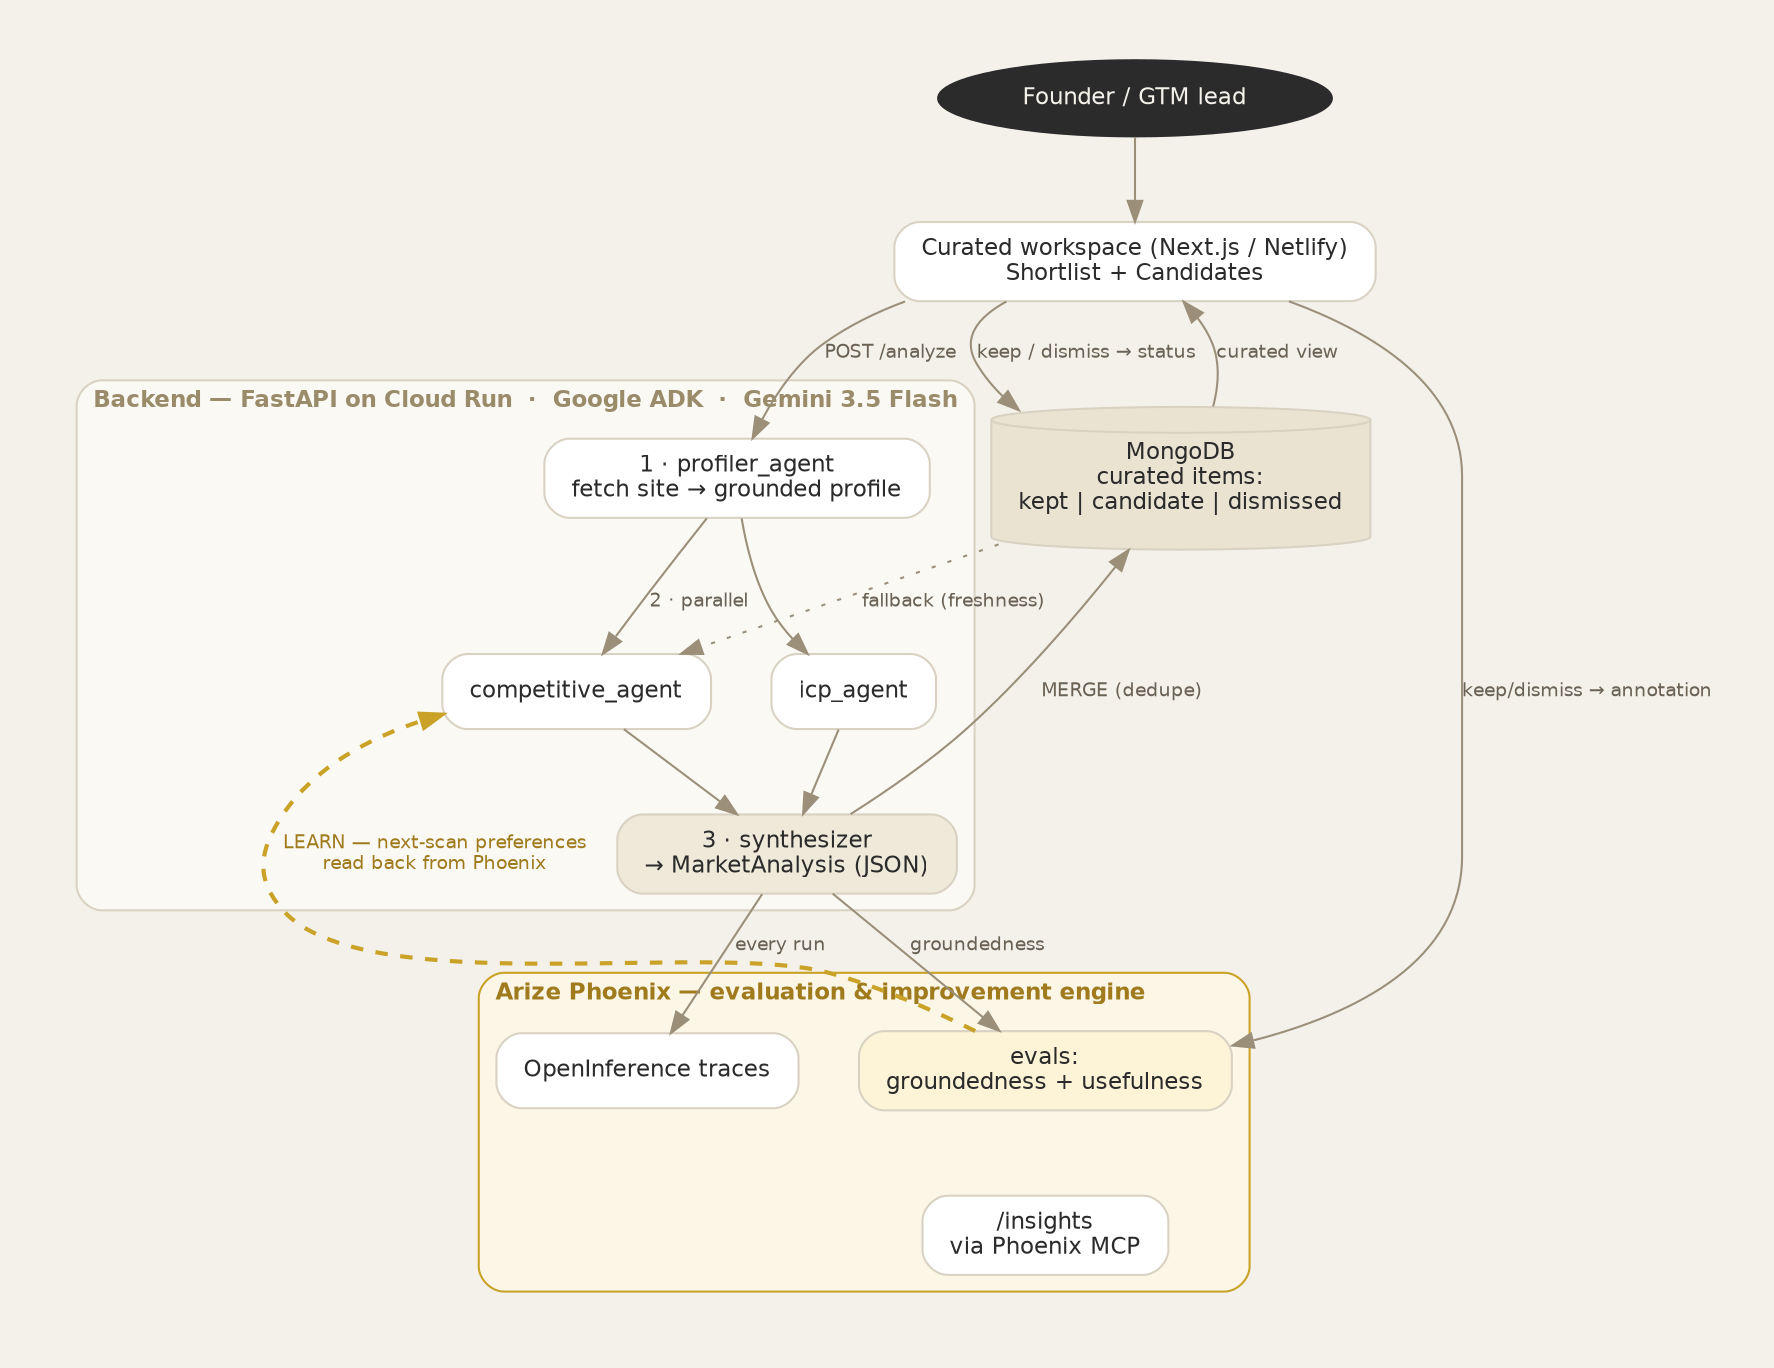
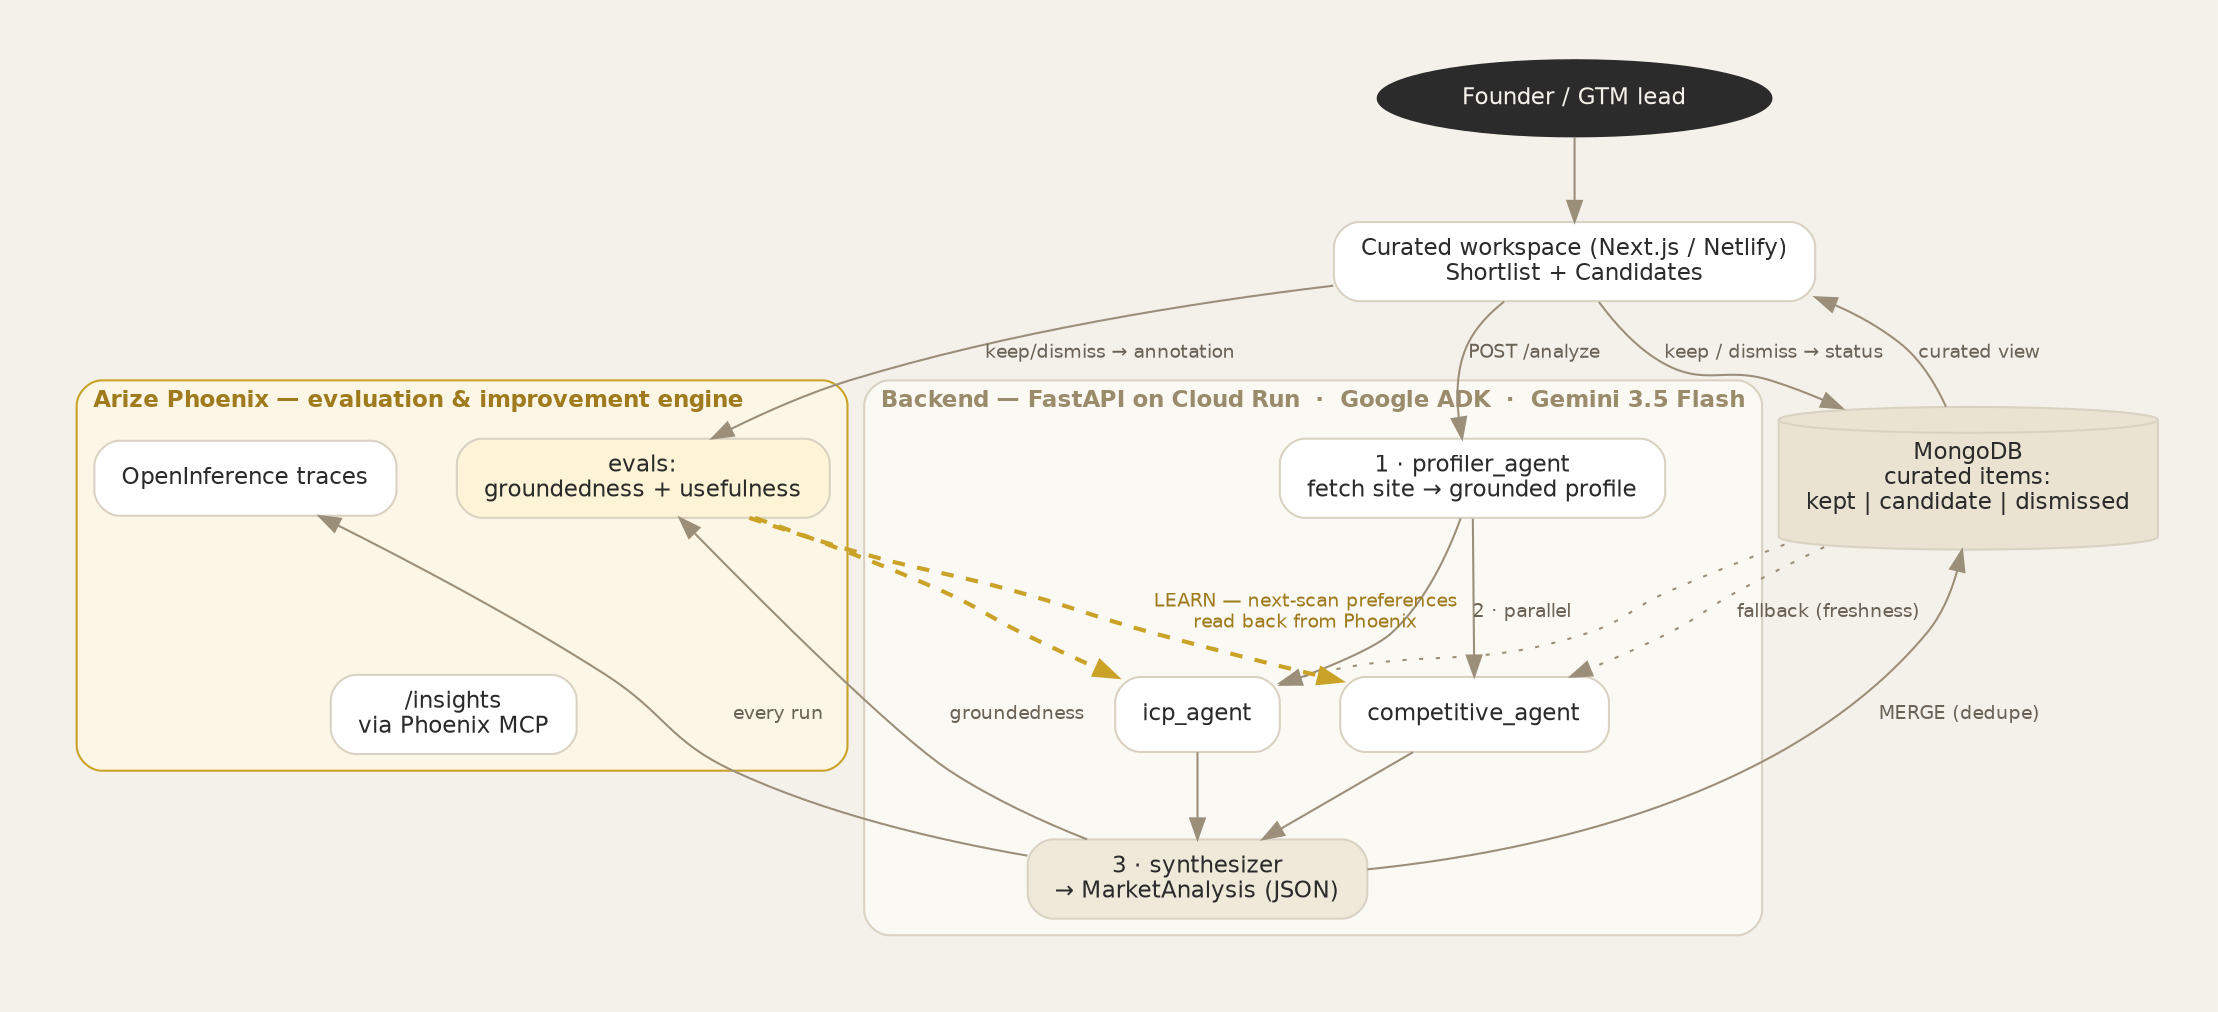
digraph architecture {
  rankdir=TB; fontname="Helvetica"; bgcolor="#f4f1ea"; pad=0.4; nodesep=0.4; ranksep=0.55;
  node [fontname="Helvetica", fontsize=11, shape=box, style="filled,rounded", color="#d9d2c3", fillcolor="white", fontcolor="#2b2b2b", margin="0.18,0.10"];
  edge [fontname="Helvetica", fontsize=9, color="#9b8f7a", fontcolor="#6b6256"];

  user [label="Founder / GTM lead", shape=oval, fillcolor="#2b2b2b", fontcolor="#f4f1ea", color="#2b2b2b"];

  subgraph cluster_be {
    label="Backend — FastAPI on Cloud Run  ·  Google ADK  ·  Gemini 3.5 Flash";
    labeljust="l"; fontname="Helvetica-Bold"; fontsize=11; fontcolor="#9a8c6a"; color="#d9d2c3"; style="rounded"; bgcolor="#fbf9f4";
    profiler [label="1 · profiler_agent\nfetch site → grounded profile"];
    competitive [label="competitive_agent"];
    icp [label="icp_agent"];
    synth [label="3 · synthesizer\n→ MarketAnalysis (JSON)", fillcolor="#efe9da"];
    profiler -> competitive [label="2 · parallel"];
    profiler -> icp;
    competitive -> synth; icp -> synth;
  }

  ws [label="Curated workspace (Next.js / Netlify)\nShortlist + Candidates", fillcolor="#ffffff"];
  mongo [label="MongoDB\ncurated items:\nkept | candidate | dismissed", shape=cylinder, fillcolor="#eae3d2"];

  subgraph cluster_arize {
    label="Arize Phoenix — evaluation & improvement engine";
    labeljust="l"; fontname="Helvetica-Bold"; fontsize=11; fontcolor="#a07b1e"; color="#c9a227"; style="rounded"; bgcolor="#fbf6e6";
    trace [label="OpenInference traces"];
    evals [label="evals:\ngroundedness + usefulness", fillcolor="#fdf3d6"];
    mcp [label="/insights\nvia Phoenix MCP"];
  }

  user -> ws;
  ws -> profiler [label="POST /analyze"];
  synth -> mongo [label="MERGE (dedupe)"];
  mongo -> ws [label="curated view"];
  ws -> mongo [label="keep / dismiss → status"];
  ws -> evals [label="keep/dismiss → annotation"];
  synth -> trace [label="every run"];
  synth -> evals [label="groundedness"];
  evals -> competitive [label="LEARN — next-scan preferences\nread back from Phoenix", style="bold,dashed", color="#c9a227", fontcolor="#a07b1e"];
+   evals -> icp [style="bold,dashed", color="#c9a227"];
  mongo -> competitive [label="fallback (freshness)", style="dotted"];
+   mongo -> icp [style="dotted"];
  evals -> mcp [style=invis];
}
